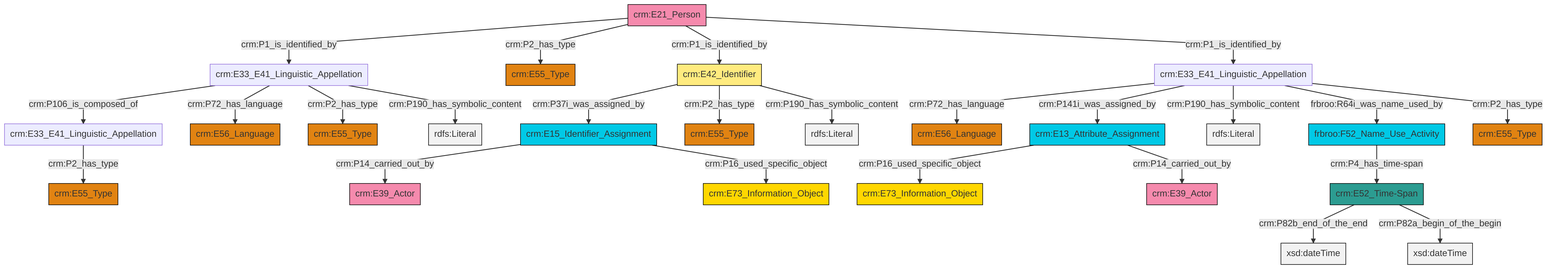
This is et/personCSV/ttl/mmd/png/Person_Names_and_Classification.png from swiss-art-research-net/docs.swissartresearch, a Mermaid export, as it was before one commit. Its source is kept beside it as et/personCSV/ttl/mmd/Person_Names_and_Classification.ttl.mmd.
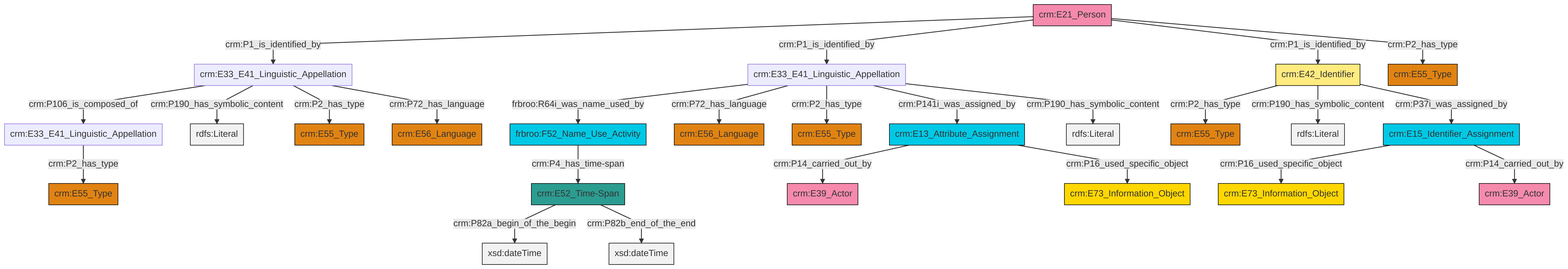
The same file after the commit.

Diff of the diagram source:
```diff
@@ -13,27 +13,27 @@
 classDef PC_Classes fill:#4ce600, stroke:#000000;
 classDef Multi fill:#cccccc,stroke:#000000;
 
-0["crm:E21_Person"]:::Actor -->|crm:P1_is_identified_by| 1["crm:E33_E41_Linguistic_Appellation"]:::Default
-4["crm:E15_Identifier_Assignment"]:::Temporal_Entity -->|crm:P14_carried_out_by| 2["crm:E39_Actor"]:::Actor
-5["crm:E33_E41_Linguistic_Appellation"]:::Default -->|crm:P72_has_language| 6["crm:E56_Language"]:::Type
-0["crm:E21_Person"]:::Actor -->|crm:P2_has_type| 9["crm:E55_Type"]:::Type
-1["crm:E33_E41_Linguistic_Appellation"]:::Default -->|crm:P106_is_composed_of| 10["crm:E33_E41_Linguistic_Appellation"]:::Default
-10["crm:E33_E41_Linguistic_Appellation"]:::Default -->|crm:P2_has_type| 11["crm:E55_Type"]:::Type
-5["crm:E33_E41_Linguistic_Appellation"]:::Default -->|crm:P141i_was_assigned_by| 7["crm:E13_Attribute_Assignment"]:::Temporal_Entity
-0["crm:E21_Person"]:::Actor -->|crm:P1_is_identified_by| 12["crm:E42_Identifier"]:::Appellation
-12["crm:E42_Identifier"]:::Appellation -->|crm:P37i_was_assigned_by| 4["crm:E15_Identifier_Assignment"]:::Temporal_Entity
-12["crm:E42_Identifier"]:::Appellation -->|crm:P2_has_type| 16["crm:E55_Type"]:::Type
-14["frbroo:F52_Name_Use_Activity"]:::Temporal_Entity -->|crm:P4_has_time-span| 17["crm:E52_Time-Span"]:::Time-Span
-5["crm:E33_E41_Linguistic_Appellation"]:::Default -->|crm:P190_has_symbolic_content| 20[rdfs:Literal]:::Literal
-5["crm:E33_E41_Linguistic_Appellation"]:::Default -->|frbroo:R64i_was_name_used_by| 14["frbroo:F52_Name_Use_Activity"]:::Temporal_Entity
-12["crm:E42_Identifier"]:::Appellation -->|crm:P190_has_symbolic_content| 24[rdfs:Literal]:::Literal
-5["crm:E33_E41_Linguistic_Appellation"]:::Default -->|crm:P2_has_type| 26["crm:E55_Type"]:::Type
-7["crm:E13_Attribute_Assignment"]:::Temporal_Entity -->|crm:P16_used_specific_object| 27["crm:E73_Information_Object"]:::Conceptual_Object
-1["crm:E33_E41_Linguistic_Appellation"]:::Default -->|crm:P72_has_language| 31["crm:E56_Language"]:::Type
-17["crm:E52_Time-Span"]:::Time-Span -->|crm:P82b_end_of_the_end| 34[xsd:dateTime]:::Literal
-0["crm:E21_Person"]:::Actor -->|crm:P1_is_identified_by| 5["crm:E33_E41_Linguistic_Appellation"]:::Default
-7["crm:E13_Attribute_Assignment"]:::Temporal_Entity -->|crm:P14_carried_out_by| 32["crm:E39_Actor"]:::Actor
-1["crm:E33_E41_Linguistic_Appellation"]:::Default -->|crm:P2_has_type| 22["crm:E55_Type"]:::Type
-4["crm:E15_Identifier_Assignment"]:::Temporal_Entity -->|crm:P16_used_specific_object| 37["crm:E73_Information_Object"]:::Conceptual_Object
-1["crm:E33_E41_Linguistic_Appellation"]:::Default -->|crm:P190_has_symbolic_content| 43[rdfs:Literal]:::Literal
-17["crm:E52_Time-Span"]:::Time-Span -->|crm:P82a_begin_of_the_begin| 46[xsd:dateTime]:::Literal
+4["crm:E21_Person"]:::Actor -->|crm:P1_is_identified_by| 5["crm:E33_E41_Linguistic_Appellation"]:::Default
+2["frbroo:F52_Name_Use_Activity"]:::Temporal_Entity -->|crm:P4_has_time-span| 6["crm:E52_Time-Span"]:::Time-Span
+4["crm:E21_Person"]:::Actor -->|crm:P1_is_identified_by| 7["crm:E33_E41_Linguistic_Appellation"]:::Default
+4["crm:E21_Person"]:::Actor -->|crm:P1_is_identified_by| 8["crm:E42_Identifier"]:::Appellation
+8["crm:E42_Identifier"]:::Appellation -->|crm:P2_has_type| 10["crm:E55_Type"]:::Type
+5["crm:E33_E41_Linguistic_Appellation"]:::Default -->|crm:P106_is_composed_of| 16["crm:E33_E41_Linguistic_Appellation"]:::Default
+5["crm:E33_E41_Linguistic_Appellation"]:::Default -->|crm:P190_has_symbolic_content| 17[rdfs:Literal]:::Literal
+5["crm:E33_E41_Linguistic_Appellation"]:::Default -->|crm:P2_has_type| 20["crm:E55_Type"]:::Type
+6["crm:E52_Time-Span"]:::Time-Span -->|crm:P82a_begin_of_the_begin| 21[xsd:dateTime]:::Literal
+7["crm:E33_E41_Linguistic_Appellation"]:::Default -->|frbroo:R64i_was_name_used_by| 2["frbroo:F52_Name_Use_Activity"]:::Temporal_Entity
+18["crm:E15_Identifier_Assignment"]:::Temporal_Entity -->|crm:P16_used_specific_object| 13["crm:E73_Information_Object"]:::Conceptual_Object
+24["crm:E13_Attribute_Assignment"]:::Temporal_Entity -->|crm:P14_carried_out_by| 25["crm:E39_Actor"]:::Actor
+8["crm:E42_Identifier"]:::Appellation -->|crm:P190_has_symbolic_content| 26[rdfs:Literal]:::Literal
+7["crm:E33_E41_Linguistic_Appellation"]:::Default -->|crm:P72_has_language| 30["crm:E56_Language"]:::Type
+7["crm:E33_E41_Linguistic_Appellation"]:::Default -->|crm:P2_has_type| 11["crm:E55_Type"]:::Type
+5["crm:E33_E41_Linguistic_Appellation"]:::Default -->|crm:P72_has_language| 0["crm:E56_Language"]:::Type
+16["crm:E33_E41_Linguistic_Appellation"]:::Default -->|crm:P2_has_type| 32["crm:E55_Type"]:::Type
+7["crm:E33_E41_Linguistic_Appellation"]:::Default -->|crm:P141i_was_assigned_by| 24["crm:E13_Attribute_Assignment"]:::Temporal_Entity
+8["crm:E42_Identifier"]:::Appellation -->|crm:P37i_was_assigned_by| 18["crm:E15_Identifier_Assignment"]:::Temporal_Entity
+18["crm:E15_Identifier_Assignment"]:::Temporal_Entity -->|crm:P14_carried_out_by| 34["crm:E39_Actor"]:::Actor
+7["crm:E33_E41_Linguistic_Appellation"]:::Default -->|crm:P190_has_symbolic_content| 41[rdfs:Literal]:::Literal
+24["crm:E13_Attribute_Assignment"]:::Temporal_Entity -->|crm:P16_used_specific_object| 42["crm:E73_Information_Object"]:::Conceptual_Object
+4["crm:E21_Person"]:::Actor -->|crm:P2_has_type| 39["crm:E55_Type"]:::Type
+6["crm:E52_Time-Span"]:::Time-Span -->|crm:P82b_end_of_the_end| 45[xsd:dateTime]:::Literal
```
